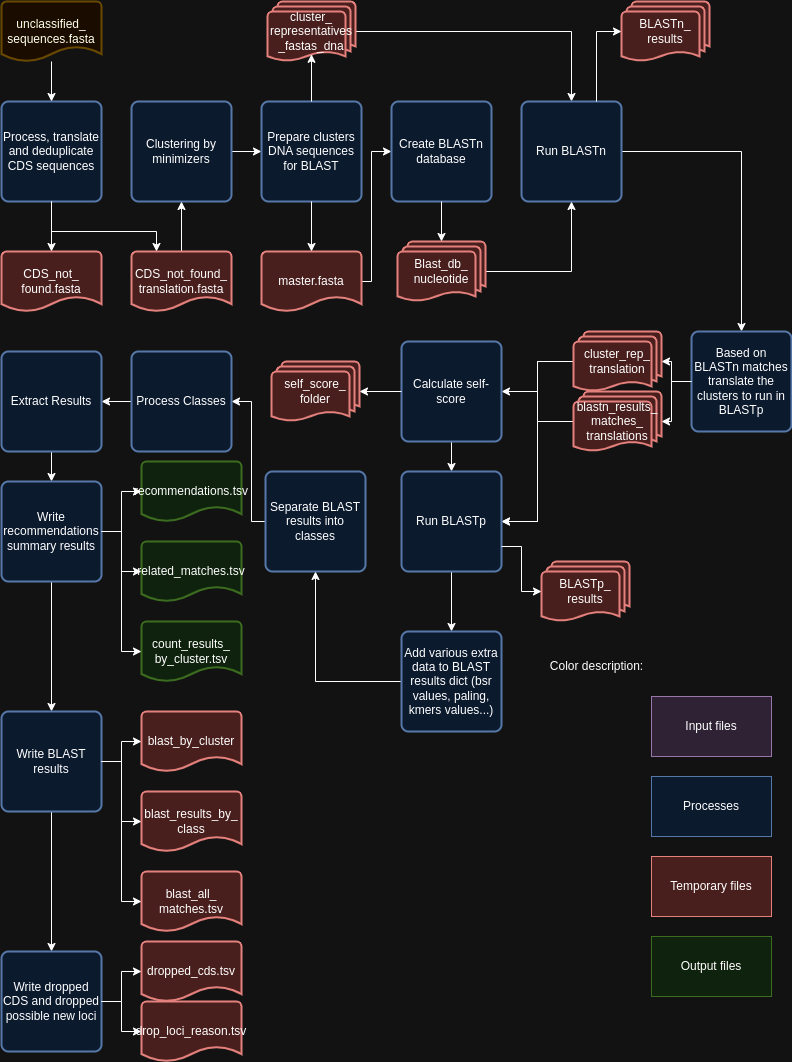
Earlier version of the draw.io export SchemaRefinery/docs/SchemaRefinery/Modules/source/IdentifySpuriousGenes_unclassifiedCDS.png (B-UMMI/Schema_Refinery). Source tidied: cells renumbered, new cells last; positions are measured from the earlier drawing's top-left corner, leaving out a move shared by most shapes.
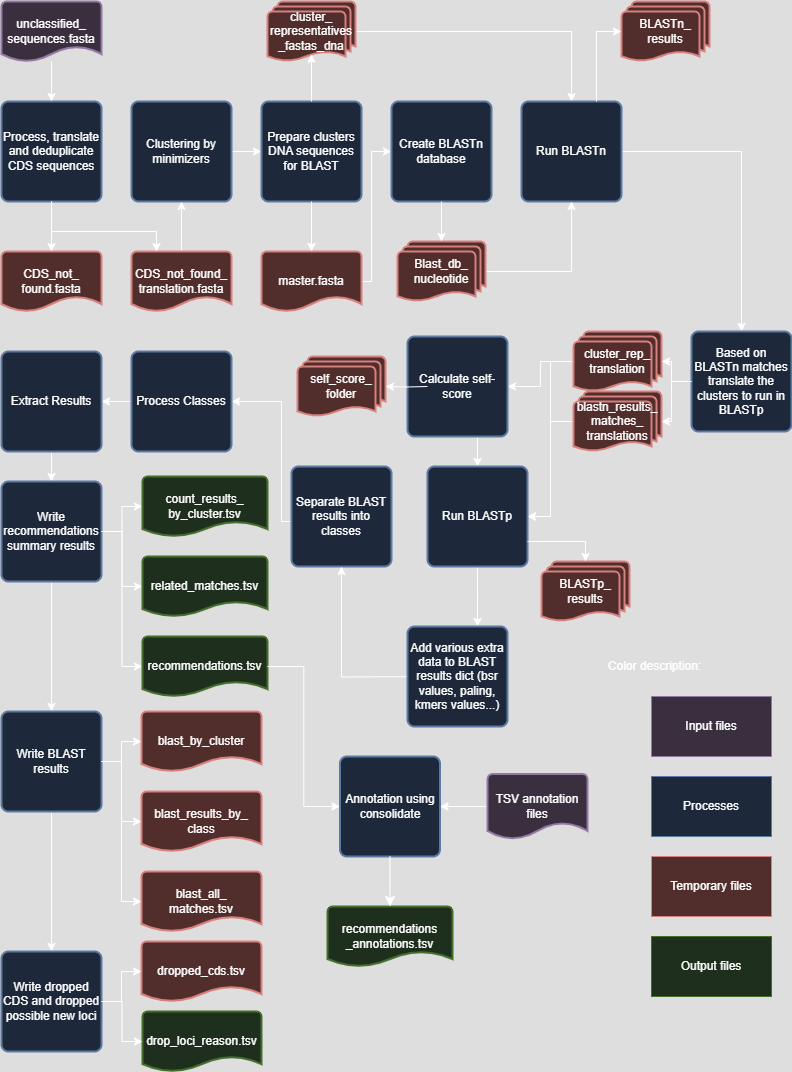
The same diagram one commit later.

What changed in the source:
```diff
@@ -8,7 +8,7 @@
     <mxCell id="3" style="edgeStyle=orthogonalEdgeStyle;rounded=0;jettySize=auto;html=1;entryX=0.5;entryY=0;entryDx=0;entryDy=0;" parent="1" edge="1" source="4" target="2">
       <mxGeometry relative="1" as="geometry" />
     </mxCell>
-    <mxCell id="4" value="unclassified_&lt;div&gt;sequences.fasta&lt;/div&gt;" style="strokeWidth=2;html=1;shape=mxgraph.flowchart.document2;whiteSpace=wrap;size=0.25;fillColor=#fff2cc;strokeColor=#d6b656;" parent="1" vertex="1">
+    <mxCell id="4" value="unclassified_&lt;div&gt;sequences.fasta&lt;/div&gt;" style="strokeWidth=2;html=1;shape=mxgraph.flowchart.document2;whiteSpace=wrap;size=0.25;fillColor=#e1d5e7;strokeColor=#9673a6;" parent="1" vertex="1">
       <mxGeometry width="100" height="60" as="geometry" />
     </mxCell>
     <mxCell id="5" style="edgeStyle=orthogonalEdgeStyle;rounded=0;jettySize=auto;html=1;" parent="1" edge="1" source="6" target="12">
@@ -105,11 +105,13 @@
     <mxCell id="32" value="cluster_rep_&lt;div&gt;translation&lt;/div&gt;" style="strokeWidth=2;html=1;shape=mxgraph.flowchart.multi-document;whiteSpace=wrap;fillColor=#f8cecc;strokeColor=#b85450;" parent="1" vertex="1">
       <mxGeometry x="572" y="330" width="88" height="60" as="geometry" />
     </mxCell>
-    <mxCell id="33" style="edgeStyle=orthogonalEdgeStyle;rounded=0;jettySize=auto;html=1;entryX=0.5;entryY=0;entryDx=0;entryDy=0;" parent="1" edge="1" source="34" target="38">
-      <mxGeometry relative="1" as="geometry" />
+    <mxCell id="33" style="edgeStyle=orthogonalEdgeStyle;rounded=0;jettySize=auto;html=1;entryX=0.5;entryY=0;entryDx=0;entryDy=0;" parent="1" edge="1" target="38">
+      <mxGeometry relative="1" as="geometry">
+        <mxPoint x="476" y="435" as="sourcePoint" />
+      </mxGeometry>
     </mxCell>
     <mxCell id="34" value="Calculate self-score" style="rounded=1;whiteSpace=wrap;html=1;absoluteArcSize=1;arcSize=14;strokeWidth=2;fillColor=#dae8fc;strokeColor=#6c8ebf;" parent="1" vertex="1">
-      <mxGeometry x="400" y="340" width="100" height="100" as="geometry" />
+      <mxGeometry x="406" y="335" width="100" height="100" as="geometry" />
     </mxCell>
     <mxCell id="35" style="edgeStyle=orthogonalEdgeStyle;rounded=0;jettySize=auto;html=1;entryX=1;entryY=0.5;entryDx=0;entryDy=0;entryPerimeter=0;" parent="1" edge="1" source="25" target="32">
       <mxGeometry relative="1" as="geometry" />
@@ -117,17 +119,21 @@
     <mxCell id="36" style="edgeStyle=orthogonalEdgeStyle;rounded=0;jettySize=auto;html=1;entryX=1;entryY=0.5;entryDx=0;entryDy=0;entryPerimeter=0;" parent="1" edge="1" source="25" target="29">
       <mxGeometry relative="1" as="geometry" />
     </mxCell>
-    <mxCell id="37" style="edgeStyle=orthogonalEdgeStyle;rounded=0;jettySize=auto;html=1;" parent="1" edge="1" source="38" target="75">
-      <mxGeometry relative="1" as="geometry" />
+    <mxCell id="37" style="edgeStyle=orthogonalEdgeStyle;rounded=0;jettySize=auto;html=1;" parent="1" edge="1" source="38">
+      <mxGeometry relative="1" as="geometry">
+        <mxPoint x="476" y="625" as="targetPoint" />
+      </mxGeometry>
     </mxCell>
     <mxCell id="38" value="Run BLASTp" style="rounded=1;whiteSpace=wrap;html=1;absoluteArcSize=1;arcSize=14;strokeWidth=2;fillColor=#dae8fc;strokeColor=#6c8ebf;" parent="1" vertex="1">
-      <mxGeometry x="400" y="470" width="100" height="100" as="geometry" />
+      <mxGeometry x="426" y="465" width="100" height="100" as="geometry" />
     </mxCell>
     <mxCell id="39" value="self_score_&lt;div&gt;folder&lt;/div&gt;" style="strokeWidth=2;html=1;shape=mxgraph.flowchart.multi-document;whiteSpace=wrap;fillColor=#f8cecc;strokeColor=#b85450;" parent="1" vertex="1">
-      <mxGeometry x="270" y="360" width="88" height="60" as="geometry" />
+      <mxGeometry x="296" y="355" width="88" height="60" as="geometry" />
     </mxCell>
-    <mxCell id="40" style="edgeStyle=orthogonalEdgeStyle;rounded=0;jettySize=auto;html=1;entryX=1;entryY=0.5;entryDx=0;entryDy=0;entryPerimeter=0;" parent="1" edge="1" source="34" target="39">
-      <mxGeometry relative="1" as="geometry" />
+    <mxCell id="40" style="edgeStyle=orthogonalEdgeStyle;rounded=0;jettySize=auto;html=1;entryX=1;entryY=0.5;entryDx=0;entryDy=0;entryPerimeter=0;" parent="1" edge="1" target="39">
+      <mxGeometry relative="1" as="geometry">
+        <mxPoint x="426" y="385" as="sourcePoint" />
+      </mxGeometry>
     </mxCell>
     <mxCell id="41" value="BLASTp_&lt;div&gt;results&lt;/div&gt;" style="strokeWidth=2;html=1;shape=mxgraph.flowchart.multi-document;whiteSpace=wrap;fillColor=#f8cecc;strokeColor=#b85450;" parent="1" vertex="1">
       <mxGeometry x="540" y="560" width="88" height="60" as="geometry" />
@@ -135,13 +141,13 @@
     <mxCell id="42" style="edgeStyle=orthogonalEdgeStyle;rounded=0;jettySize=auto;html=1;entryX=1;entryY=0.5;entryDx=0;entryDy=0;" parent="1" edge="1" source="43" target="45">
       <mxGeometry relative="1" as="geometry">
         <Array as="points">
-          <mxPoint x="250" y="520" />
-          <mxPoint x="250" y="400" />
+          <mxPoint x="280" y="520" />
+          <mxPoint x="280" y="400" />
         </Array>
       </mxGeometry>
     </mxCell>
     <mxCell id="43" value="Separate BLAST results into classes" style="rounded=1;whiteSpace=wrap;html=1;absoluteArcSize=1;arcSize=14;strokeWidth=2;fillColor=#dae8fc;strokeColor=#6c8ebf;" parent="1" vertex="1">
-      <mxGeometry x="264" y="470" width="100" height="100" as="geometry" />
+      <mxGeometry x="290" y="465" width="100" height="100" as="geometry" />
     </mxCell>
     <mxCell id="44" style="edgeStyle=orthogonalEdgeStyle;rounded=0;jettySize=auto;html=1;entryX=1;entryY=0.5;entryDx=0;entryDy=0;" parent="1" edge="1" source="45" target="47">
       <mxGeometry relative="1" as="geometry" />
@@ -155,7 +161,7 @@
     <mxCell id="47" value="Extract Results" style="rounded=1;whiteSpace=wrap;html=1;absoluteArcSize=1;arcSize=14;strokeWidth=2;fillColor=#dae8fc;strokeColor=#6c8ebf;" parent="1" vertex="1">
       <mxGeometry y="350" width="100" height="100" as="geometry" />
     </mxCell>
-    <mxCell id="48" style="edgeStyle=orthogonalEdgeStyle;rounded=0;jettySize=auto;html=1;" parent="1" edge="1" source="50" target="51">
+    <mxCell id="48" style="edgeStyle=orthogonalEdgeStyle;rounded=0;jettySize=auto;html=1;entryX=0;entryY=0.5;entryDx=0;entryDy=0;entryPerimeter=0;" parent="1" edge="1" source="50" target="54">
       <mxGeometry relative="1" as="geometry" />
     </mxCell>
     <mxCell id="49" style="edgeStyle=orthogonalEdgeStyle;rounded=0;jettySize=auto;html=1;entryX=0.5;entryY=0;entryDx=0;entryDy=0;" parent="1" edge="1" source="50" target="57">
@@ -164,19 +170,10 @@
     <mxCell id="50" value="Write recommendations summary results" style="rounded=1;whiteSpace=wrap;html=1;absoluteArcSize=1;arcSize=14;strokeWidth=2;fillColor=#dae8fc;strokeColor=#6c8ebf;" parent="1" vertex="1">
       <mxGeometry y="480" width="100" height="100" as="geometry" />
     </mxCell>
-    <mxCell id="51" value="recommendations.tsv" style="strokeWidth=2;html=1;shape=mxgraph.flowchart.document2;whiteSpace=wrap;size=0.25;fillColor=#d5e8d4;strokeColor=#82b366;" parent="1" vertex="1">
-      <mxGeometry x="140" y="460" width="100" height="60" as="geometry" />
-    </mxCell>
-    <mxCell id="52" value="related_matches.tsv" style="strokeWidth=2;html=1;shape=mxgraph.flowchart.document2;whiteSpace=wrap;size=0.25;fillColor=#d5e8d4;strokeColor=#82b366;" parent="1" vertex="1">
-      <mxGeometry x="140" y="540" width="100" height="60" as="geometry" />
-    </mxCell>
     <mxCell id="53" style="edgeStyle=orthogonalEdgeStyle;rounded=0;jettySize=auto;html=1;entryX=0;entryY=0.5;entryDx=0;entryDy=0;entryPerimeter=0;" parent="1" edge="1" source="50" target="52">
       <mxGeometry relative="1" as="geometry" />
     </mxCell>
-    <mxCell id="54" value="count_results_&lt;div&gt;by_cluster.tsv&lt;/div&gt;" style="strokeWidth=2;html=1;shape=mxgraph.flowchart.document2;whiteSpace=wrap;size=0.25;fillColor=#d5e8d4;strokeColor=#82b366;" parent="1" vertex="1">
-      <mxGeometry x="140" y="620" width="100" height="60" as="geometry" />
-    </mxCell>
-    <mxCell id="55" style="edgeStyle=orthogonalEdgeStyle;rounded=0;jettySize=auto;html=1;entryX=0;entryY=0.5;entryDx=0;entryDy=0;entryPerimeter=0;" parent="1" edge="1" source="50" target="54">
+    <mxCell id="55" style="edgeStyle=orthogonalEdgeStyle;rounded=0;jettySize=auto;html=1;entryX=0;entryY=0.5;entryDx=0;entryDy=0;entryPerimeter=0;" parent="1" edge="1" source="50" target="51">
       <mxGeometry relative="1" as="geometry" />
     </mxCell>
     <mxCell id="56" style="edgeStyle=orthogonalEdgeStyle;rounded=0;jettySize=auto;html=1;entryX=0.5;entryY=0;entryDx=0;entryDy=0;" parent="1" edge="1" source="57" target="64">
@@ -186,13 +183,13 @@
       <mxGeometry y="710" width="100" height="100" as="geometry" />
     </mxCell>
     <mxCell id="58" value="blast_by_cluster" style="strokeWidth=2;html=1;shape=mxgraph.flowchart.document2;whiteSpace=wrap;size=0.25;fillColor=#f8cecc;strokeColor=#b85450;" parent="1" vertex="1">
-      <mxGeometry x="140" y="710" width="100" height="60" as="geometry" />
+      <mxGeometry x="140" y="710" width="120" height="60" as="geometry" />
     </mxCell>
     <mxCell id="59" value="blast_results_by_&lt;div&gt;class&lt;/div&gt;" style="strokeWidth=2;html=1;shape=mxgraph.flowchart.document2;whiteSpace=wrap;size=0.25;fillColor=#f8cecc;strokeColor=#b85450;" parent="1" vertex="1">
-      <mxGeometry x="140" y="790" width="100" height="60" as="geometry" />
+      <mxGeometry x="140" y="790" width="120" height="60" as="geometry" />
     </mxCell>
     <mxCell id="60" value="blast_all_&lt;div&gt;matches.tsv&lt;/div&gt;" style="strokeWidth=2;html=1;shape=mxgraph.flowchart.document2;whiteSpace=wrap;size=0.25;fillColor=#f8cecc;strokeColor=#b85450;" parent="1" vertex="1">
-      <mxGeometry x="140" y="870" width="100" height="60" as="geometry" />
+      <mxGeometry x="140" y="870" width="120" height="60" as="geometry" />
     </mxCell>
     <mxCell id="61" style="edgeStyle=orthogonalEdgeStyle;rounded=0;jettySize=auto;html=1;entryX=0;entryY=0.5;entryDx=0;entryDy=0;entryPerimeter=0;" parent="1" edge="1" source="57" target="58">
       <mxGeometry relative="1" as="geometry" />
@@ -207,13 +204,13 @@
       <mxGeometry y="950" width="100" height="100" as="geometry" />
     </mxCell>
     <mxCell id="65" value="dropped_cds.tsv" style="strokeWidth=2;html=1;shape=mxgraph.flowchart.document2;whiteSpace=wrap;size=0.25;fillColor=#f8cecc;strokeColor=#b85450;" parent="1" vertex="1">
-      <mxGeometry x="140" y="940" width="100" height="60" as="geometry" />
+      <mxGeometry x="140" y="940" width="120" height="60" as="geometry" />
     </mxCell>
     <mxCell id="66" style="edgeStyle=orthogonalEdgeStyle;rounded=0;jettySize=auto;html=1;entryX=0;entryY=0.5;entryDx=0;entryDy=0;entryPerimeter=0;" parent="1" edge="1" source="64" target="65">
       <mxGeometry relative="1" as="geometry" />
     </mxCell>
-    <mxCell id="67" value="drop_loci_reason.tsv" style="strokeWidth=2;html=1;shape=mxgraph.flowchart.document2;whiteSpace=wrap;size=0.25;fillColor=#f8cecc;strokeColor=#b85450;" parent="1" vertex="1">
-      <mxGeometry x="140" y="1000" width="100" height="60" as="geometry" />
+    <mxCell id="67" value="drop_loci_reason.tsv" style="strokeWidth=2;html=1;shape=mxgraph.flowchart.document2;whiteSpace=wrap;size=0.25;fillColor=#d5e8d4;strokeColor=#82b366;" parent="1" vertex="1">
+      <mxGeometry x="141" y="1010" width="119" height="60" as="geometry" />
     </mxCell>
     <mxCell id="68" style="edgeStyle=orthogonalEdgeStyle;rounded=0;jettySize=auto;html=1;entryX=0;entryY=0.5;entryDx=0;entryDy=0;entryPerimeter=0;" parent="1" edge="1" source="64" target="67">
       <mxGeometry relative="1" as="geometry" />
@@ -231,16 +228,45 @@
       <mxGeometry x="650" y="935" width="120" height="60" as="geometry" />
     </mxCell>
     <mxCell id="73" value="Color description:" style="text;html=1;align=center;verticalAlign=middle;strokeColor=none;fillColor=none;" parent="1" vertex="1">
-      <mxGeometry x="540" y="650" width="110" height="30" as="geometry" />
+      <mxGeometry x="598" y="650" width="110" height="30" as="geometry" />
     </mxCell>
-    <mxCell id="74" style="edgeStyle=orthogonalEdgeStyle;rounded=0;jettySize=auto;html=1;entryX=0.5;entryY=1;entryDx=0;entryDy=0;" parent="1" edge="1" source="75" target="43">
-      <mxGeometry relative="1" as="geometry" />
+    <mxCell id="74" style="edgeStyle=orthogonalEdgeStyle;rounded=0;jettySize=auto;html=1;entryX=0.5;entryY=1;entryDx=0;entryDy=0;" parent="1" edge="1" target="43">
+      <mxGeometry relative="1" as="geometry">
+        <mxPoint x="426" y="675" as="sourcePoint" />
+      </mxGeometry>
     </mxCell>
     <mxCell id="75" value="Add various extra data to BLAST results dict (bsr values, paling, kmers values...)" style="rounded=1;whiteSpace=wrap;html=1;absoluteArcSize=1;arcSize=14;strokeWidth=2;fillColor=#dae8fc;strokeColor=#6c8ebf;" parent="1" vertex="1">
-      <mxGeometry x="400" y="630" width="100" height="100" as="geometry" />
+      <mxGeometry x="406" y="625" width="100" height="100" as="geometry" />
     </mxCell>
-    <mxCell id="76" style="edgeStyle=orthogonalEdgeStyle;rounded=0;jettySize=auto;html=1;exitX=1;exitY=0.75;exitDx=0;exitDy=0;entryX=0;entryY=0.5;entryDx=0;entryDy=0;entryPerimeter=0;" parent="1" edge="1" source="38" target="41">
+    <mxCell id="76" style="edgeStyle=orthogonalEdgeStyle;rounded=0;jettySize=auto;html=1;exitX=1;exitY=0.75;exitDx=0;exitDy=0;entryX=0.5;entryY=0;entryDx=0;entryDy=0;entryPerimeter=0;" parent="1" edge="1" source="38" target="41">
       <mxGeometry relative="1" as="geometry" />
     </mxCell>
+    <mxCell id="54" value="count_results_&lt;div&gt;by_cluster.tsv&lt;/div&gt;" style="strokeWidth=2;html=1;shape=mxgraph.flowchart.document2;whiteSpace=wrap;size=0.25;fillColor=#d5e8d4;strokeColor=#82b366;" parent="1" vertex="1">
+      <mxGeometry x="141" y="475" width="125" height="60" as="geometry" />
+    </mxCell>
+    <mxCell id="52" value="related_matches.tsv" style="strokeWidth=2;html=1;shape=mxgraph.flowchart.document2;whiteSpace=wrap;size=0.25;fillColor=#d5e8d4;strokeColor=#82b366;" parent="1" vertex="1">
+      <mxGeometry x="141" y="555" width="125" height="60" as="geometry" />
+    </mxCell>
+    <mxCell id="51" value="&lt;div&gt;&lt;span style=&quot;background-color: transparent; color: light-dark(rgb(0, 0, 0), rgb(255, 255, 255));&quot;&gt;recommendations.tsv&lt;/span&gt;&lt;/div&gt;" style="strokeWidth=2;html=1;shape=mxgraph.flowchart.document2;whiteSpace=wrap;size=0.25;fillColor=#d5e8d4;strokeColor=#82b366;" parent="1" vertex="1">
+      <mxGeometry x="141" y="635" width="125" height="60" as="geometry" />
+    </mxCell>
+    <mxCell id="77" value="Annotation using consolidate" style="rounded=1;whiteSpace=wrap;html=1;absoluteArcSize=1;arcSize=14;strokeWidth=2;fillColor=#dae8fc;strokeColor=#6c8ebf;" parent="1" vertex="1">
+      <mxGeometry x="338.5" y="755" width="100" height="100" as="geometry" />
+    </mxCell>
+    <mxCell id="78" value="&lt;div&gt;&lt;span style=&quot;background-color: transparent; color: light-dark(rgb(0, 0, 0), rgb(255, 255, 255));&quot;&gt;recommendations&lt;/span&gt;&lt;/div&gt;&lt;div&gt;&lt;span style=&quot;background-color: transparent; color: light-dark(rgb(0, 0, 0), rgb(255, 255, 255));&quot;&gt;_annotations.tsv&lt;/span&gt;&lt;/div&gt;" style="strokeWidth=2;html=1;shape=mxgraph.flowchart.document2;whiteSpace=wrap;size=0.25;fillColor=#d5e8d4;strokeColor=#82b366;" parent="1" vertex="1">
+      <mxGeometry x="326" y="905" width="125" height="60" as="geometry" />
+    </mxCell>
+    <mxCell id="79" style="edgeStyle=none;curved=1;rounded=0;jettySize=auto;html=1;exitX=0.5;exitY=1;exitDx=0;exitDy=0;entryX=0.5;entryY=0;entryDx=0;entryDy=0;entryPerimeter=0;fontSize=12;startSize=8;endSize=8;" parent="1" edge="1" source="77" target="78">
+      <mxGeometry relative="1" as="geometry" />
+    </mxCell>
+    <mxCell id="80" style="edgeStyle=orthogonalEdgeStyle;rounded=0;jettySize=auto;html=1;entryX=1;entryY=0.5;entryDx=0;entryDy=0;" parent="1" edge="1" source="81" target="77">
+      <mxGeometry relative="1" as="geometry" />
+    </mxCell>
+    <mxCell id="81" value="TSV annotation files" style="strokeWidth=2;html=1;shape=mxgraph.flowchart.document2;whiteSpace=wrap;size=0.25;fillColor=#E1D5E7;strokeColor=#9673A6;" parent="1" vertex="1">
+      <mxGeometry x="486" y="772.5" width="100" height="65" as="geometry" />
+    </mxCell>
+    <mxCell id="82" style="edgeStyle=orthogonalEdgeStyle;rounded=0;jettySize=auto;html=1;entryX=0;entryY=0.5;entryDx=0;entryDy=0;exitX=1;exitY=0.5;exitDx=0;exitDy=0;exitPerimeter=0;" parent="1" edge="1" source="51" target="77">
+      <mxGeometry relative="1" as="geometry" />
+    </mxCell>
   </root>
 </mxGraphModel>
```
